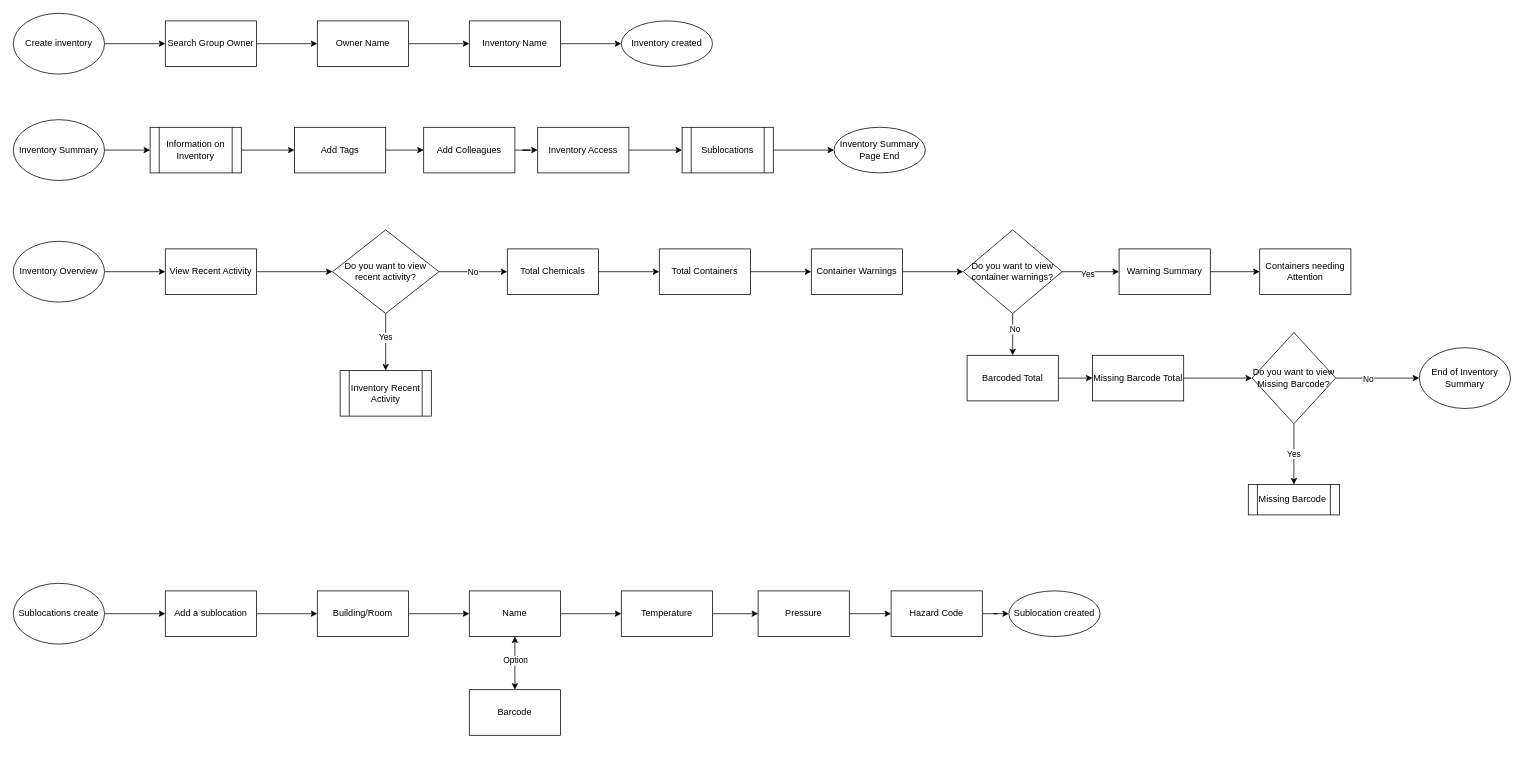
Above: Chemical_Inventory.drawio in samuelroiz/WorkFlows_storage (draw.io), before the change. Source tidied: cells renumbered, new cells numbered last; positions are measured from the earlier drawing's top-left corner, leaving out a move shared by most shapes. Both pictures are drawn from the tidied source at 76%, with x=0, y=0 at pixel (13, 13).
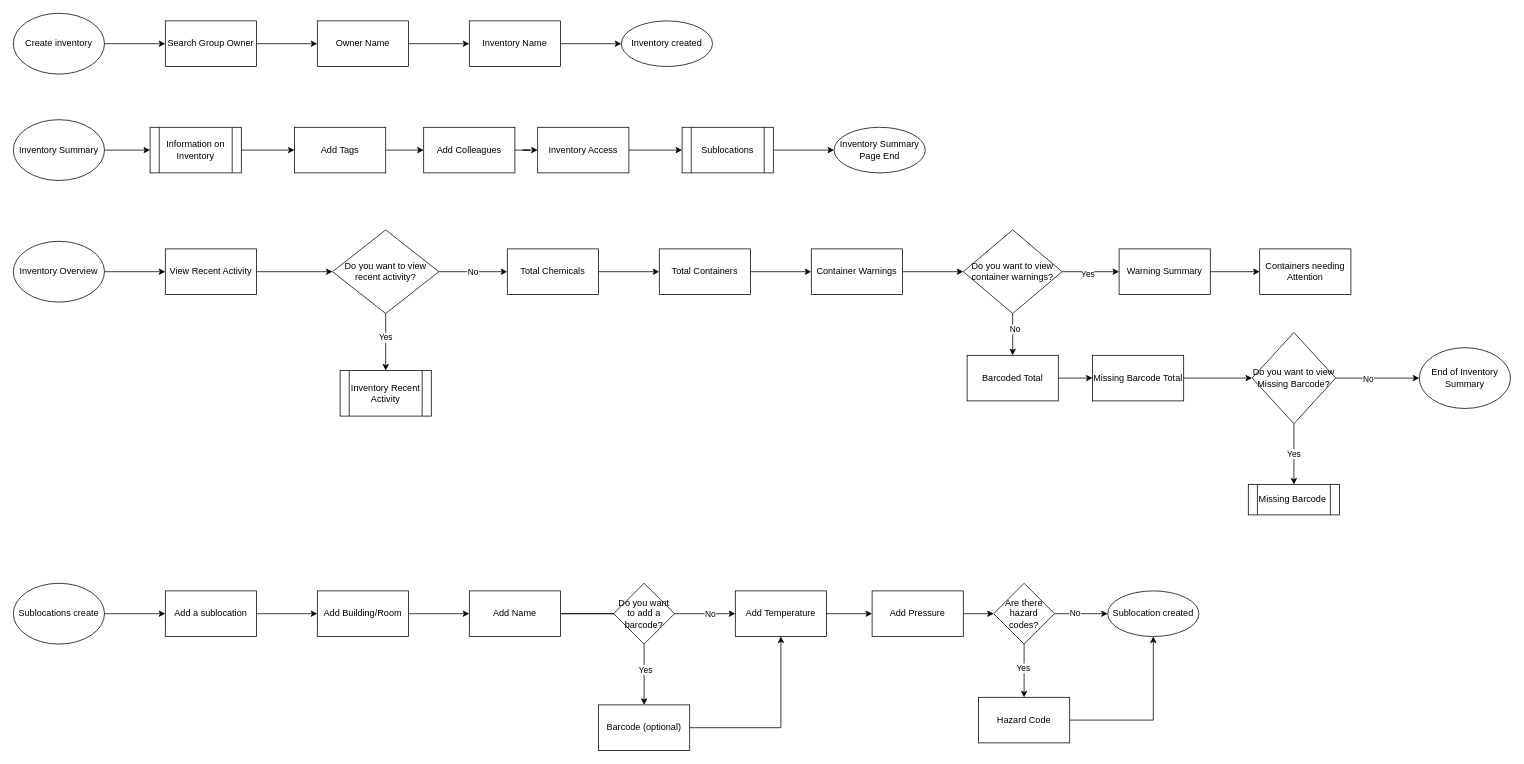
The same diagram, later.

The change refers to these unchanged cells:
```xml
<mxCell id="30" style="edgeStyle=orthogonalEdgeStyle;rounded=0;jettySize=auto;html=1;" parent="1" edge="1" source="31" target="36">
  <mxGeometry relative="1" as="geometry" />
</mxCell>
```

Change to the diagram source:
```diff
@@
-    <mxCell id="29" value="Building/Room" style="whiteSpace=wrap;html=1;" parent="1" vertex="1">
+    <mxCell id="29" value="Add Building/Room" style="whiteSpace=wrap;html=1;" parent="1" vertex="1">
       <mxGeometry x="400" y="760" width="120" height="60" as="geometry" />
     </mxCell>
@@
+    <mxCell id="76" value="No" style="edgeLabel;html=1;align=center;verticalAlign=middle;" parent="30" vertex="1">
+      <mxGeometry x="0.7" relative="1" as="geometry" />
+    </mxCell>
-    <mxCell id="31" value="Name" style="whiteSpace=wrap;html=1;" parent="1" vertex="1">
+    <mxCell id="31" value="Add Name" style="whiteSpace=wrap;html=1;" parent="1" vertex="1">
       <mxGeometry x="600" y="760" width="120" height="60" as="geometry" />
     </mxCell>
+    <mxCell id="77" style="edgeStyle=orthogonalEdgeStyle;rounded=0;jettySize=auto;html=1;exitX=1;exitY=0.5;exitDx=0;exitDy=0;entryX=0.5;entryY=1;entryDx=0;entryDy=0;" parent="1" edge="1" source="32" target="36">
+      <mxGeometry relative="1" as="geometry" />
+    </mxCell>
-    <mxCell id="32" value="Barcode" style="whiteSpace=wrap;html=1;" parent="1" vertex="1">
-      <mxGeometry x="600" y="890" width="120" height="60" as="geometry" />
+    <mxCell id="32" value="Barcode (optional)" style="whiteSpace=wrap;html=1;" parent="1" vertex="1">
+      <mxGeometry x="770" y="910" width="120" height="60" as="geometry" />
     </mxCell>
-    <mxCell id="33" style="endArrow=classic;startArrow=classic;html=1;rounded=0;entryX=0.5;entryY=1;entryDx=0;entryDy=0;exitX=0.5;exitY=0;exitDx=0;exitDy=0;" parent="1" edge="1" source="32" target="31">
-      <mxGeometry relative="1" as="geometry" />
-    </mxCell>
-    <mxCell id="34" value="Option" style="edgeLabel;html=1;align=center;verticalAlign=middle;" parent="33" vertex="1">
-      <mxGeometry x="0.11" relative="1" as="geometry" />
-    </mxCell>
@@
-    <mxCell id="36" value="Temperature" style="whiteSpace=wrap;html=1;" parent="1" vertex="1">
-      <mxGeometry x="800" y="760" width="120" height="60" as="geometry" />
+    <mxCell id="36" value="Add Temperature" style="whiteSpace=wrap;html=1;" parent="1" vertex="1">
+      <mxGeometry x="950" y="760" width="120" height="60" as="geometry" />
     </mxCell>
-    <mxCell id="37" style="edgeStyle=orthogonalEdgeStyle;rounded=0;jettySize=auto;html=1;" parent="1" edge="1" source="38" target="41">
-      <mxGeometry relative="1" as="geometry" />
-    </mxCell>
+    <mxCell id="78" style="edgeStyle=orthogonalEdgeStyle;rounded=0;jettySize=auto;html=1;" parent="1" edge="1" source="38" target="87">
+      <mxGeometry relative="1" as="geometry" />
+    </mxCell>
-    <mxCell id="38" value="Pressure" style="whiteSpace=wrap;html=1;" parent="1" vertex="1">
-      <mxGeometry x="980" y="760" width="120" height="60" as="geometry" />
+    <mxCell id="38" value="Add Pressure" style="whiteSpace=wrap;html=1;" parent="1" vertex="1">
+      <mxGeometry x="1130" y="760" width="120" height="60" as="geometry" />
     </mxCell>
     <mxCell id="39" value="Sublocation created" style="ellipse;whiteSpace=wrap;html=1;" parent="1" vertex="1">
-      <mxGeometry x="1310" y="760" width="120" height="60" as="geometry" />
+      <mxGeometry x="1440" y="760" width="120" height="60" as="geometry" />
     </mxCell>
@@
     <mxCell id="41" value="Hazard Code" style="rounded=0;whiteSpace=wrap;html=1;" parent="1" vertex="1">
-      <mxGeometry x="1155" y="760" width="120" height="60" as="geometry" />
+      <mxGeometry x="1270" y="900" width="120" height="60" as="geometry" />
     </mxCell>
@@
+    <mxCell id="79" style="edgeStyle=orthogonalEdgeStyle;rounded=0;jettySize=auto;html=1;" parent="1" edge="1" source="81" target="32">
+      <mxGeometry relative="1" as="geometry" />
+    </mxCell>
+    <mxCell id="80" value="Yes" style="edgeLabel;html=1;align=center;verticalAlign=middle;" parent="79" vertex="1">
+      <mxGeometry x="-0.17" y="1" relative="1" as="geometry" />
+    </mxCell>
+    <mxCell id="81" value="Do you want to add a barcode?" style="rhombus;whiteSpace=wrap;html=1;" parent="1" vertex="1">
+      <mxGeometry x="790" y="750" width="80" height="80" as="geometry" />
+    </mxCell>
+    <mxCell id="82" style="edgeStyle=orthogonalEdgeStyle;rounded=0;jettySize=auto;html=1;endArrow=none;" parent="1" edge="1" source="31" target="81">
+      <mxGeometry relative="1" as="geometry" />
+    </mxCell>
+    <mxCell id="83" style="edgeStyle=orthogonalEdgeStyle;rounded=0;jettySize=auto;html=1;" parent="1" edge="1" source="87" target="41">
+      <mxGeometry relative="1" as="geometry" />
+    </mxCell>
+    <mxCell id="84" value="Yes" style="edgeLabel;html=1;align=center;verticalAlign=middle;" parent="83" vertex="1">
+      <mxGeometry x="-0.12" y="-2" relative="1" as="geometry" />
+    </mxCell>
+    <mxCell id="85" style="edgeStyle=orthogonalEdgeStyle;rounded=0;jettySize=auto;html=1;" parent="1" edge="1" source="87" target="39">
+      <mxGeometry relative="1" as="geometry" />
+    </mxCell>
+    <mxCell id="86" value="No" style="edgeLabel;html=1;align=center;verticalAlign=middle;" parent="85" vertex="1">
+      <mxGeometry x="-0.26" y="2" relative="1" as="geometry" />
+    </mxCell>
+    <mxCell id="87" value="Are there hazard codes?" style="rhombus;whiteSpace=wrap;html=1;" parent="1" vertex="1">
+      <mxGeometry x="1290" y="750" width="80" height="80" as="geometry" />
+    </mxCell>
```
